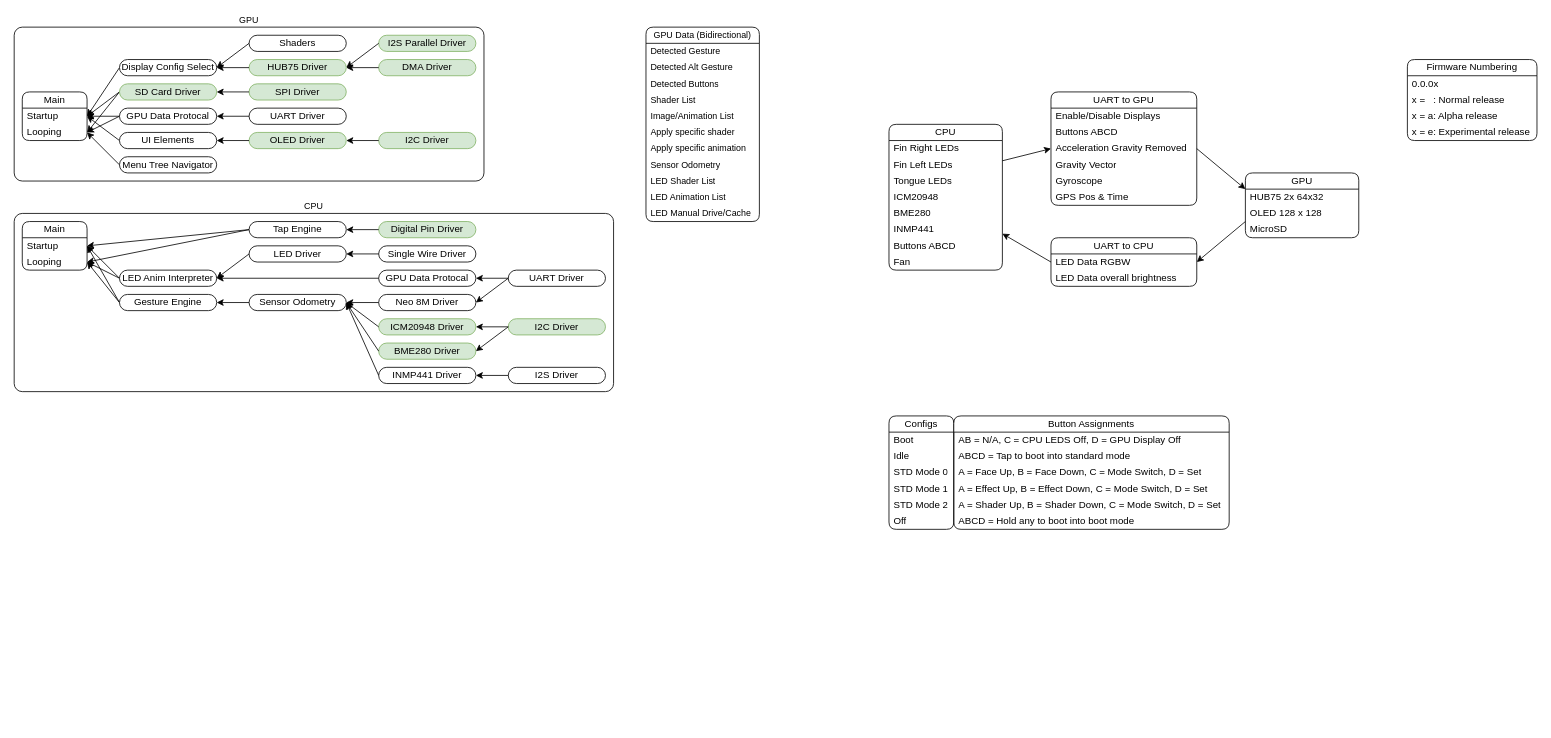
Before: page "Alpha Release Stack" (5 of 7) of Documents/Software Diagram (DX.3).drawio in Cyberspecies/Synth-Head, a draw.io diagram. Source tidied: cells renumbered, new cells numbered last; positions are measured from the earlier drawing's top-left corner, leaving out a move shared by most shapes. Both pictures are drawn from the tidied source at 81%, with x=0, y=0 at pixel (14, 27).
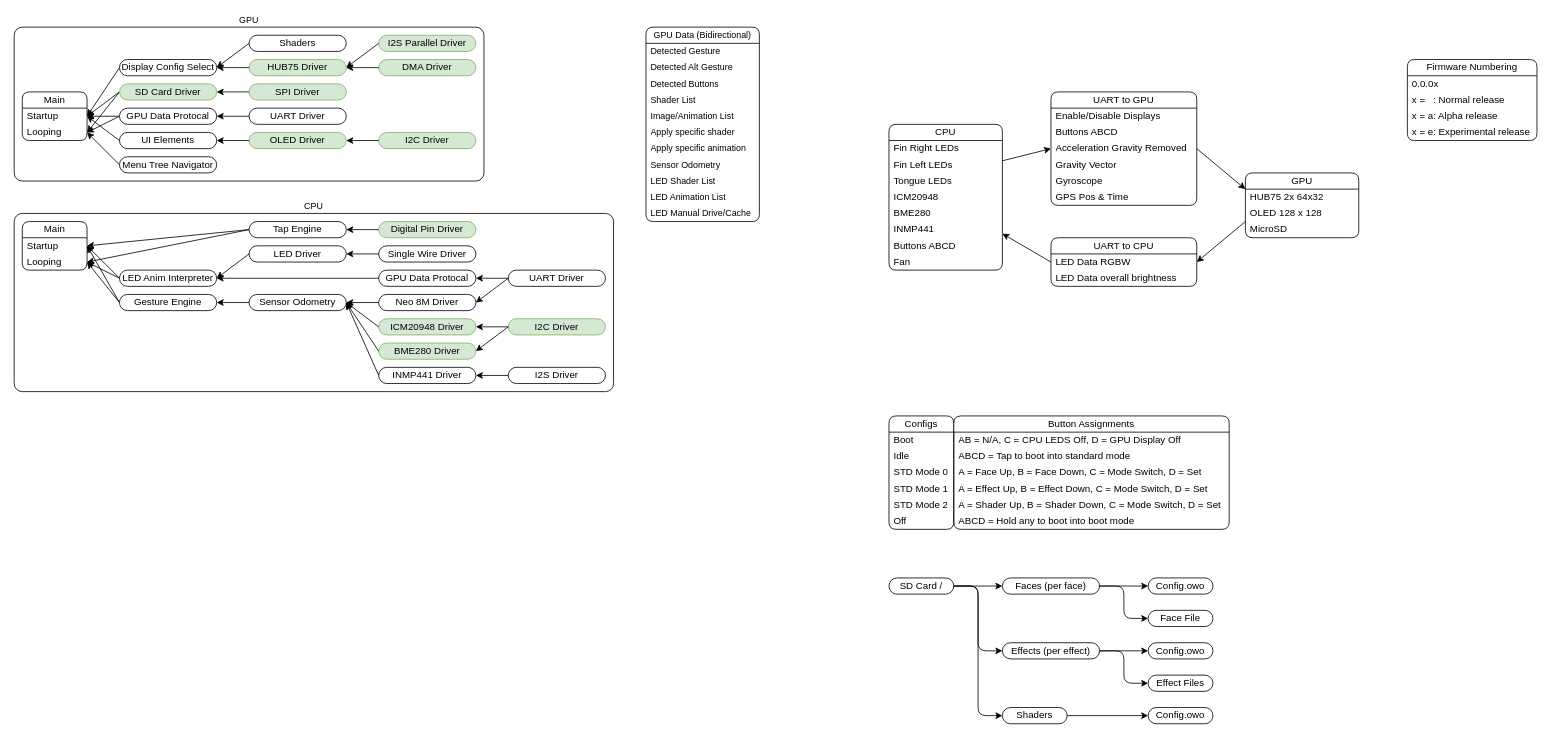
Above is the later version.

Commit message:
Added Simple folder structure

What changed in the source:
```diff
@@
+    <mxCell id="131" value="SD Card /" style="rounded=1;whiteSpace=wrap;html=1;absoluteArcSize=1;points=[[0,0.5,0,0,0],[1,0.5,0,0,0]];" parent="1" vertex="1">
+      <mxGeometry x="1080" y="680" width="80" height="20" as="geometry" />
+    </mxCell>
+    <mxCell id="132" value="Faces (per face)" style="rounded=1;whiteSpace=wrap;html=1;absoluteArcSize=1;points=[[0,0.5,0,0,0],[1,0.5,0,0,0]];" parent="1" vertex="1">
+      <mxGeometry x="1220" y="680" width="120" height="20" as="geometry" />
+    </mxCell>
+    <mxCell id="133" style="edgeStyle=orthogonalEdgeStyle;rounded=1;jettySize=auto;html=1;exitX=1;exitY=0.5;exitDx=0;exitDy=0;exitPerimeter=0;entryX=0;entryY=0.5;entryDx=0;entryDy=0;entryPerimeter=0;curved=0;" parent="1" edge="1" source="131" target="132">
+      <mxGeometry relative="1" as="geometry" />
+    </mxCell>
+    <mxCell id="134" value="Effects (per effect)" style="rounded=1;whiteSpace=wrap;html=1;absoluteArcSize=1;points=[[0,0.5,0,0,0],[1,0.5,0,0,0]];" parent="1" vertex="1">
+      <mxGeometry x="1220" y="760" width="120" height="20" as="geometry" />
+    </mxCell>
+    <mxCell id="135" value="Shaders" style="rounded=1;whiteSpace=wrap;html=1;absoluteArcSize=1;points=[[0,0.5,0,0,0],[1,0.5,0,0,0]];" parent="1" vertex="1">
+      <mxGeometry x="1220" y="840" width="80" height="20" as="geometry" />
+    </mxCell>
+    <mxCell id="136" style="edgeStyle=orthogonalEdgeStyle;rounded=1;jettySize=auto;html=1;exitX=1;exitY=0.5;exitDx=0;exitDy=0;exitPerimeter=0;entryX=0;entryY=0.5;entryDx=0;entryDy=0;entryPerimeter=0;curved=0;" parent="1" edge="1" source="131" target="134">
+      <mxGeometry relative="1" as="geometry" />
+    </mxCell>
+    <mxCell id="137" style="edgeStyle=orthogonalEdgeStyle;rounded=1;jettySize=auto;html=1;exitX=1;exitY=0.5;exitDx=0;exitDy=0;exitPerimeter=0;entryX=0;entryY=0.5;entryDx=0;entryDy=0;entryPerimeter=0;curved=0;" parent="1" edge="1" source="131" target="135">
+      <mxGeometry relative="1" as="geometry" />
+    </mxCell>
+    <mxCell id="138" value="Config.owo" style="rounded=1;whiteSpace=wrap;html=1;absoluteArcSize=1;points=[[0,0.5,0,0,0],[1,0.5,0,0,0]];" parent="1" vertex="1">
+      <mxGeometry x="1400" y="680" width="80" height="20" as="geometry" />
+    </mxCell>
+    <mxCell id="139" style="edgeStyle=orthogonalEdgeStyle;shape=connector;curved=0;rounded=1;jettySize=auto;html=1;exitX=1;exitY=0.5;exitDx=0;exitDy=0;exitPerimeter=0;entryX=0;entryY=0.5;entryDx=0;entryDy=0;entryPerimeter=0;strokeColor=default;align=center;verticalAlign=middle;fontFamily=Helvetica;fontSize=11;fontColor=default;labelBackgroundColor=default;endArrow=classic;" parent="1" edge="1" source="132" target="138">
+      <mxGeometry relative="1" as="geometry" />
+    </mxCell>
+    <mxCell id="140" value="Config.owo" style="rounded=1;whiteSpace=wrap;html=1;absoluteArcSize=1;points=[[0,0.5,0,0,0],[1,0.5,0,0,0]];" parent="1" vertex="1">
+      <mxGeometry x="1400" y="760" width="80" height="20" as="geometry" />
+    </mxCell>
+    <mxCell id="141" style="edgeStyle=orthogonalEdgeStyle;shape=connector;curved=0;rounded=1;jettySize=auto;html=1;exitX=1;exitY=0.5;exitDx=0;exitDy=0;exitPerimeter=0;entryX=0;entryY=0.5;entryDx=0;entryDy=0;entryPerimeter=0;strokeColor=default;align=center;verticalAlign=middle;fontFamily=Helvetica;fontSize=11;fontColor=default;labelBackgroundColor=default;endArrow=classic;" parent="1" edge="1" source="134" target="140">
+      <mxGeometry relative="1" as="geometry" />
+    </mxCell>
+    <mxCell id="142" value="Config.owo" style="rounded=1;whiteSpace=wrap;html=1;absoluteArcSize=1;points=[[0,0.5,0,0,0],[1,0.5,0,0,0]];" parent="1" vertex="1">
+      <mxGeometry x="1400" y="840" width="80" height="20" as="geometry" />
+    </mxCell>
+    <mxCell id="143" style="edgeStyle=orthogonalEdgeStyle;shape=connector;curved=0;rounded=1;jettySize=auto;html=1;exitX=1;exitY=0.5;exitDx=0;exitDy=0;exitPerimeter=0;entryX=0;entryY=0.5;entryDx=0;entryDy=0;entryPerimeter=0;strokeColor=default;align=center;verticalAlign=middle;fontFamily=Helvetica;fontSize=11;fontColor=default;labelBackgroundColor=default;endArrow=classic;" parent="1" edge="1" source="135" target="142">
+      <mxGeometry relative="1" as="geometry" />
+    </mxCell>
+    <mxCell id="144" value="Face File" style="rounded=1;whiteSpace=wrap;html=1;absoluteArcSize=1;points=[[0,0.5,0,0,0],[1,0.5,0,0,0]];" parent="1" vertex="1">
+      <mxGeometry x="1400" y="720" width="80" height="20" as="geometry" />
+    </mxCell>
+    <mxCell id="145" style="edgeStyle=orthogonalEdgeStyle;shape=connector;curved=0;rounded=1;jettySize=auto;html=1;exitX=1;exitY=0.5;exitDx=0;exitDy=0;exitPerimeter=0;entryX=0;entryY=0.5;entryDx=0;entryDy=0;entryPerimeter=0;strokeColor=default;align=center;verticalAlign=middle;fontFamily=Helvetica;fontSize=11;fontColor=default;labelBackgroundColor=default;endArrow=classic;" parent="1" edge="1" source="132" target="144">
+      <mxGeometry relative="1" as="geometry" />
+    </mxCell>
+    <mxCell id="146" value="Effect Files" style="rounded=1;whiteSpace=wrap;html=1;absoluteArcSize=1;points=[[0,0.5,0,0,0],[1,0.5,0,0,0]];" parent="1" vertex="1">
+      <mxGeometry x="1400" y="800" width="80" height="20" as="geometry" />
+    </mxCell>
+    <mxCell id="147" style="edgeStyle=orthogonalEdgeStyle;shape=connector;curved=0;rounded=1;jettySize=auto;html=1;exitX=1;exitY=0.5;exitDx=0;exitDy=0;exitPerimeter=0;entryX=0;entryY=0.5;entryDx=0;entryDy=0;entryPerimeter=0;strokeColor=default;align=center;verticalAlign=middle;fontFamily=Helvetica;fontSize=11;fontColor=default;labelBackgroundColor=default;endArrow=classic;" parent="1" edge="1" source="134" target="146">
+      <mxGeometry relative="1" as="geometry" />
+    </mxCell>
```
